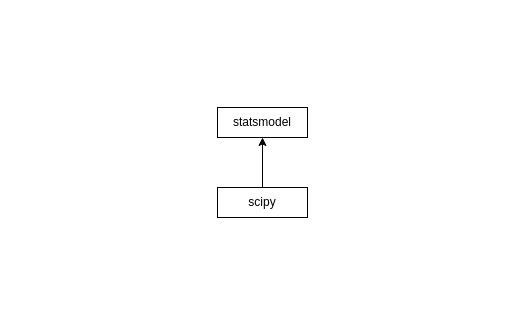
This is doc/demo.drawio from jokang/java-demo, a draw.io file, before an edit. Source tidied: cells renumbered, new cells numbered last; positions are measured from the earlier drawing's top-left corner, leaving out a move shared by most shapes. Both pictures are drawn from the tidied source at 100%, with x=0, y=0 at pixel (217, 107).
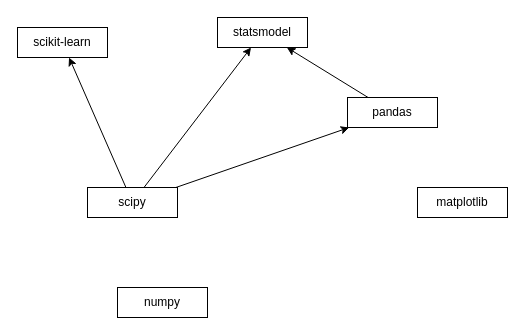
Above is the later version.

What changed in the source:
```diff
@@
 <mxGraphModel>
   <root>
     <mxCell id="0" />
     <mxCell id="1" parent="0" />
-    <mxCell id="2" style="edgeStyle=orthogonalEdgeStyle;rounded=0;jettySize=auto;html=1;" parent="1" edge="1" source="3" target="4">
+    <mxCell id="2" style="rounded=0;jettySize=auto;html=1;" parent="1" edge="1" source="3" target="4">
       <mxGeometry relative="1" as="geometry" />
     </mxCell>
+    <mxCell id="5" style="edgeStyle=none;rounded=0;jettySize=auto;html=1;" parent="1" edge="1" source="3" target="8">
+      <mxGeometry relative="1" as="geometry" />
+    </mxCell>
+    <mxCell id="6" style="edgeStyle=none;rounded=0;jettySize=auto;html=1;" parent="1" edge="1" source="3" target="11">
+      <mxGeometry relative="1" as="geometry" />
+    </mxCell>
     <mxCell id="3" value="scipy" style="rounded=0;whiteSpace=wrap;html=1;" parent="1" vertex="1">
-      <mxGeometry y="80" width="90" height="30" as="geometry" />
+      <mxGeometry x="-130" y="80" width="90" height="30" as="geometry" />
     </mxCell>
     <mxCell id="4" value="statsmodel" style="rounded=0;whiteSpace=wrap;html=1;" parent="1" vertex="1">
-      <mxGeometry width="90" height="30" as="geometry" />
+      <mxGeometry y="-90" width="90" height="30" as="geometry" />
     </mxCell>
+    <mxCell id="7" style="edgeStyle=none;rounded=0;jettySize=auto;html=1;" parent="1" edge="1" source="8" target="4">
+      <mxGeometry relative="1" as="geometry" />
+    </mxCell>
+    <mxCell id="8" value="pandas" style="rounded=0;whiteSpace=wrap;html=1;" parent="1" vertex="1">
+      <mxGeometry x="130" y="-10" width="90" height="30" as="geometry" />
+    </mxCell>
+    <mxCell id="9" value="numpy" style="rounded=0;whiteSpace=wrap;html=1;" parent="1" vertex="1">
+      <mxGeometry x="-100" y="180" width="90" height="30" as="geometry" />
+    </mxCell>
+    <mxCell id="10" value="matplotlib" style="rounded=0;whiteSpace=wrap;html=1;" parent="1" vertex="1">
+      <mxGeometry x="200" y="80" width="90" height="30" as="geometry" />
+    </mxCell>
+    <mxCell id="11" value="scikit-learn" style="rounded=0;whiteSpace=wrap;html=1;" parent="1" vertex="1">
+      <mxGeometry x="-200" y="-80" width="90" height="30" as="geometry" />
+    </mxCell>
   </root>
 </mxGraphModel>
```
